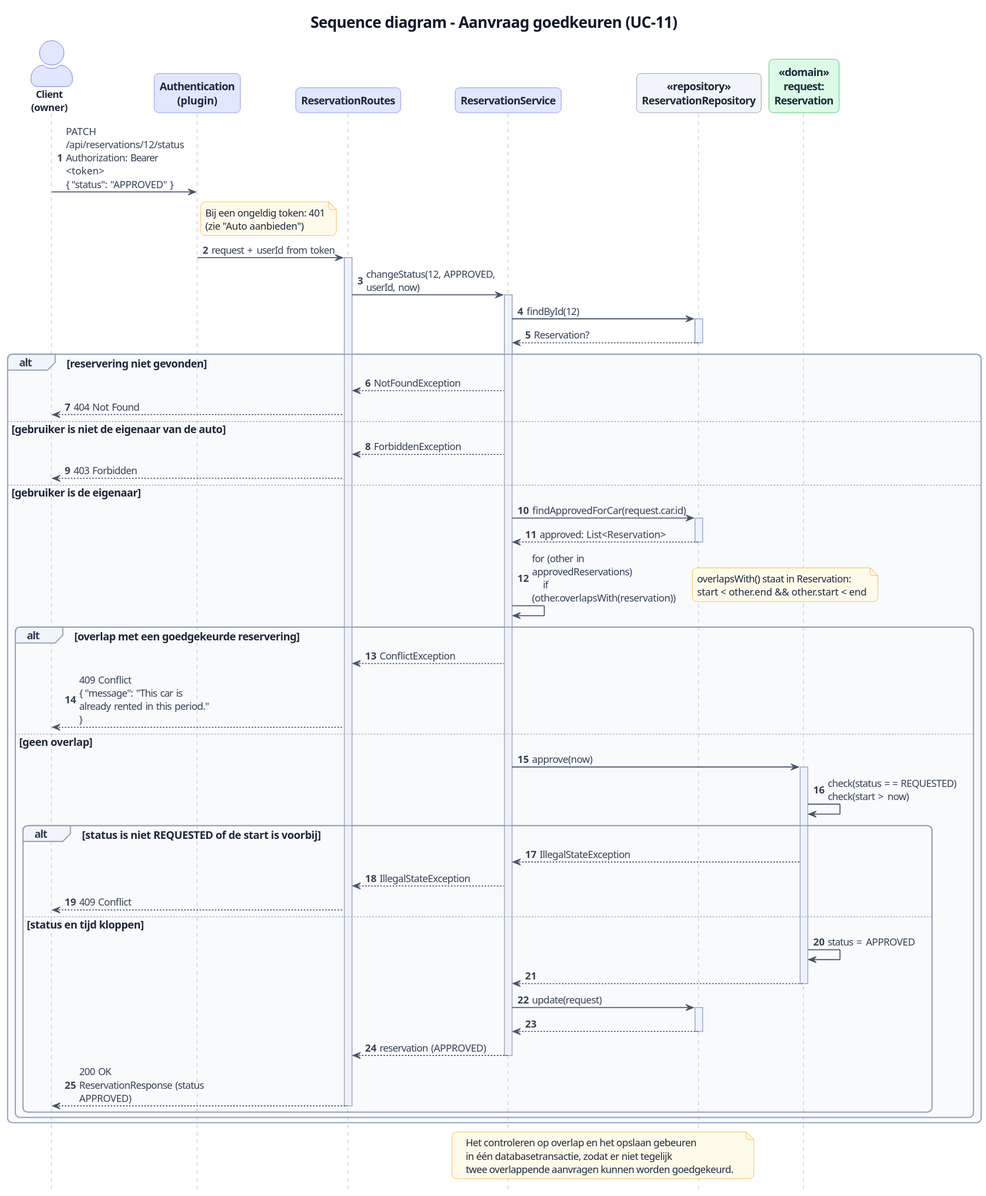
Earlier version of the PlantUML export docs/images/sequence-approve-reservation.svg (ThimoHarte/RentMyCar).
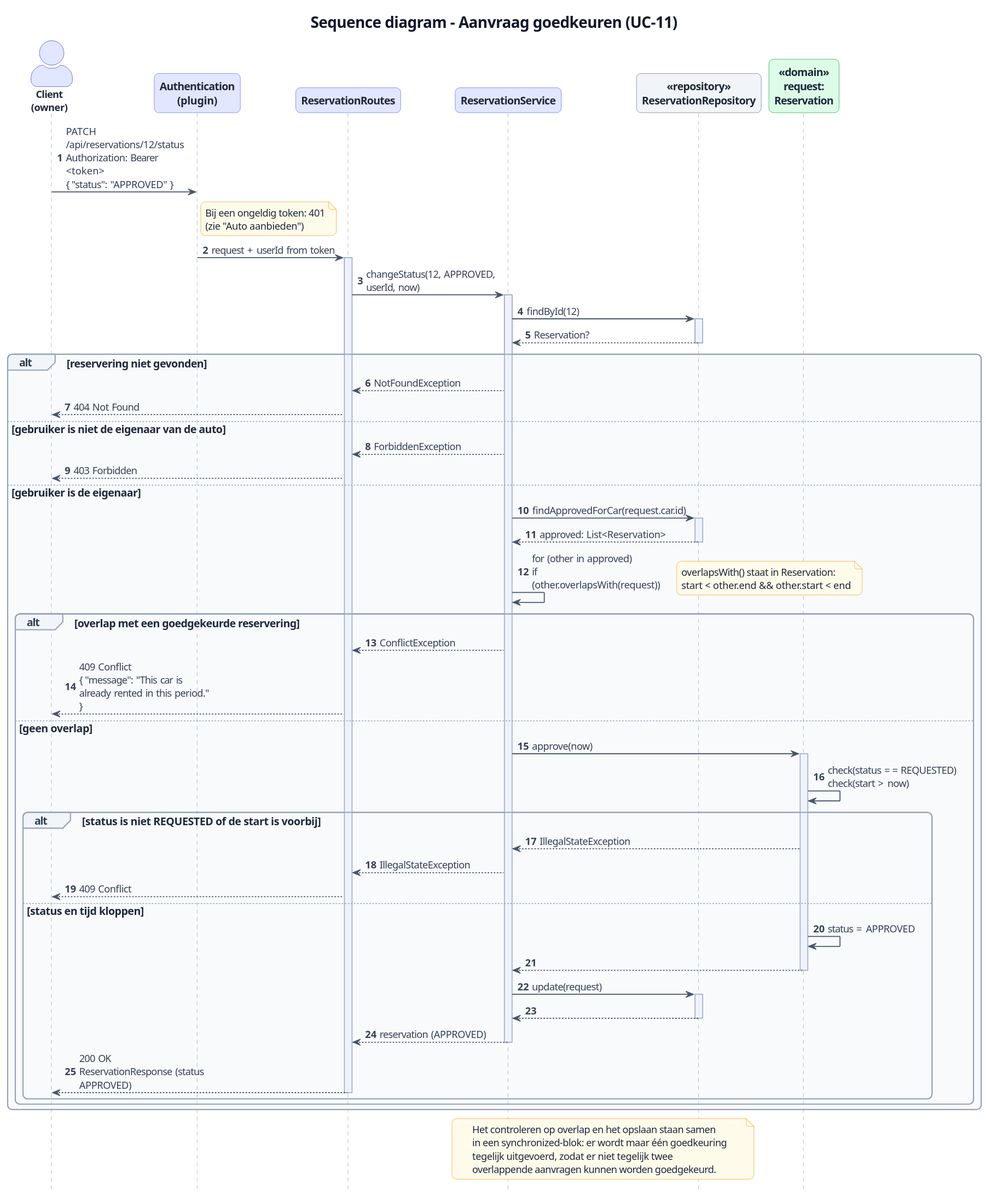
Above is the later version.

Diff of the diagram source:
```diff
@@ -37,7 +37,7 @@
   repo --> service : approved: List<Reservation>
   deactivate repo
 
-  service -> service : for (other in approvedReservations)\n    if (other.overlapsWith(reservation))
+  service -> service : for (other in approved)\nif (other.overlapsWith(request))
   note right
     overlapsWith() staat in Reservation:
     start < other.end && other.start < end
@@ -71,8 +71,9 @@
 end
 
 note over service, repo
-  Het controleren op overlap en het opslaan gebeuren
-  in één databasetransactie, zodat er niet tegelijk
-  twee overlappende aanvragen kunnen worden goedgekeurd.
+  Het controleren op overlap en het opslaan staan samen
+  in een synchronized-blok: er wordt maar één goedkeuring
+  tegelijk uitgevoerd, zodat er niet tegelijk twee
+  overlappende aanvragen kunnen worden goedgekeurd.
 end note
 @enduml
```
